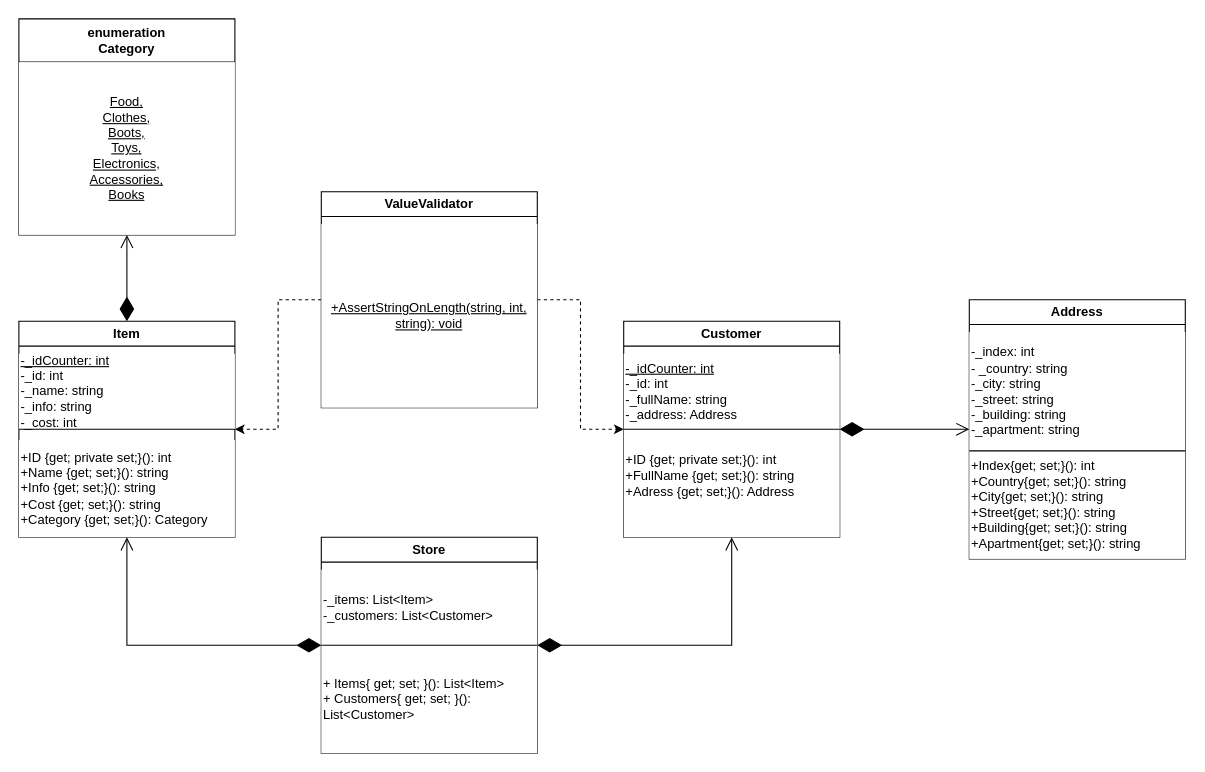
This is doc/ObjectOrientedPractics/Practics2.drawio from elektron228/Programming, a draw.io file, before an edit. Source tidied: cells renumbered, new cells numbered last; positions are measured from the earlier drawing's top-left corner, leaving out a move shared by most shapes. Both pictures are drawn from the tidied source at 108%, with x=0, y=0 at pixel (18, 18).
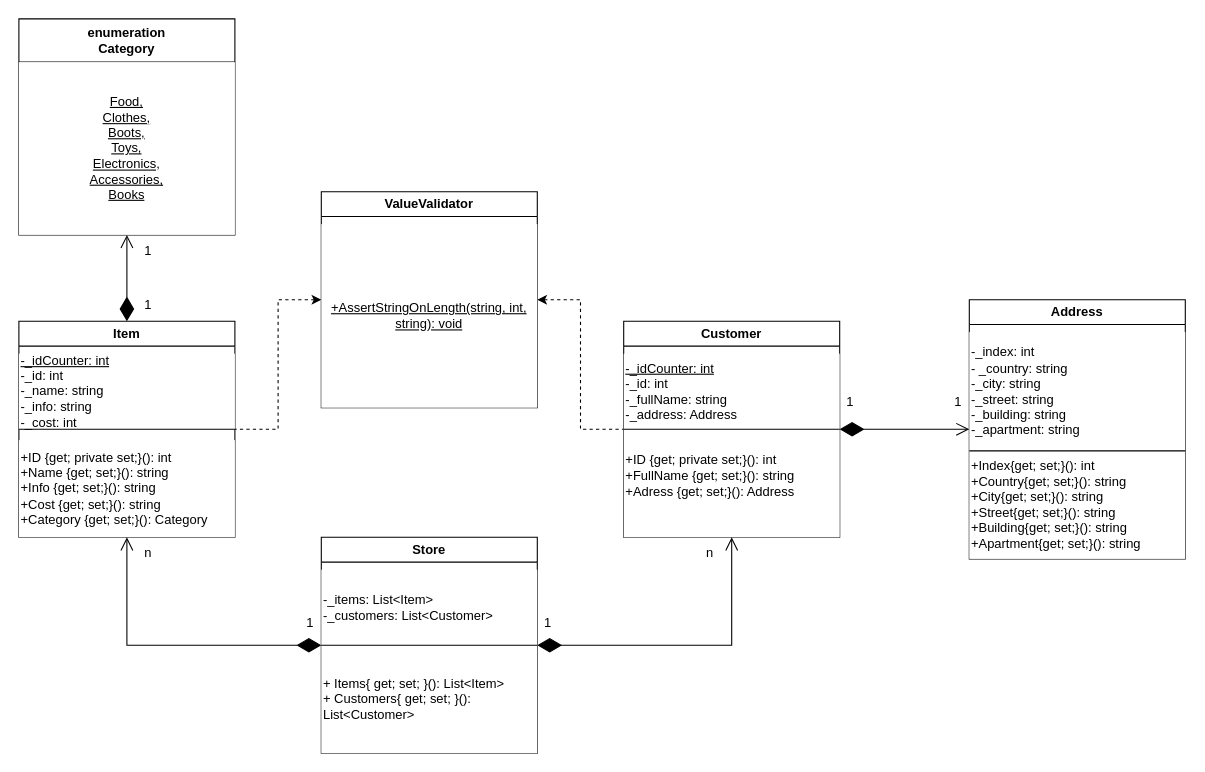
The same page after the edit.

The change refers to these unchanged cells:
```xml
<mxCell id="4" value="ValueValidator" style="swimlane;whiteSpace=wrap;html=1;" parent="1" vertex="1">
  <mxGeometry x="280" y="160" width="200" height="200" as="geometry" />
</mxCell>
<mxCell id="6" value="Item" style="swimlane;whiteSpace=wrap;html=1;" parent="1" vertex="1">
  <mxGeometry y="280" width="200" height="200" as="geometry" />
</mxCell>
<mxCell id="10" value="Customer" style="swimlane;whiteSpace=wrap;html=1;fillColor=default;" parent="1" vertex="1">
  <mxGeometry x="560" y="280" width="200" height="200" as="geometry" />
</mxCell>
<mxCell id="16" value="Store" style="swimlane;whiteSpace=wrap;html=1;" parent="1" vertex="1">
  <mxGeometry x="280" y="480" width="200" height="200" as="geometry" />
</mxCell>
```

What changed in the source:
```diff
@@
-    <mxCell id="2" style="edgeStyle=orthogonalEdgeStyle;rounded=0;jettySize=auto;html=1;entryX=0;entryY=0.5;entryDx=0;entryDy=0;dashed=1;" parent="1" edge="1" source="4" target="10">
+    <mxCell id="2" style="edgeStyle=orthogonalEdgeStyle;rounded=0;jettySize=auto;html=1;entryX=0;entryY=0.5;entryDx=0;entryDy=0;dashed=1;startArrow=classic;startFill=1;endArrow=none;endFill=0;" parent="1" edge="1" source="4" target="10">
       <mxGeometry relative="1" as="geometry" />
     </mxCell>
-    <mxCell id="3" style="edgeStyle=orthogonalEdgeStyle;rounded=0;jettySize=auto;html=1;entryX=1;entryY=0.5;entryDx=0;entryDy=0;dashed=1;" parent="1" edge="1" source="4" target="6">
+    <mxCell id="3" style="edgeStyle=orthogonalEdgeStyle;rounded=0;jettySize=auto;html=1;entryX=1;entryY=0.5;entryDx=0;entryDy=0;dashed=1;endArrow=none;endFill=0;startArrow=classic;startFill=1;" parent="1" edge="1" source="4" target="6">
       <mxGeometry relative="1" as="geometry" />
     </mxCell>
@@
+    <mxCell id="28" value="1" style="text;html=1;align=center;verticalAlign=middle;whiteSpace=wrap;rounded=0;" parent="16" vertex="1">
+      <mxGeometry x="-40" y="65" width="60" height="30" as="geometry" />
+    </mxCell>
@@
+    <mxCell id="29" value="1" style="text;html=1;align=center;verticalAlign=middle;whiteSpace=wrap;rounded=0;" parent="1" vertex="1">
+      <mxGeometry x="90" y="200" width="60" height="30" as="geometry" />
+    </mxCell>
+    <mxCell id="30" value="1" style="text;html=1;align=center;verticalAlign=middle;whiteSpace=wrap;rounded=0;" parent="1" vertex="1">
+      <mxGeometry x="90" y="250" width="60" height="30" as="geometry" />
+    </mxCell>
+    <mxCell id="31" value="1" style="text;html=1;align=center;verticalAlign=middle;whiteSpace=wrap;rounded=0;" parent="1" vertex="1">
+      <mxGeometry x="460" y="545" width="60" height="30" as="geometry" />
+    </mxCell>
+    <mxCell id="32" value="1" style="text;html=1;align=center;verticalAlign=middle;whiteSpace=wrap;rounded=0;" parent="1" vertex="1">
+      <mxGeometry x="740" y="340" width="60" height="30" as="geometry" />
+    </mxCell>
+    <mxCell id="33" value="1" style="text;html=1;align=center;verticalAlign=middle;whiteSpace=wrap;rounded=0;" parent="1" vertex="1">
+      <mxGeometry x="840" y="340" width="60" height="30" as="geometry" />
+    </mxCell>
+    <mxCell id="34" value="n" style="text;html=1;align=center;verticalAlign=middle;whiteSpace=wrap;rounded=0;" parent="1" vertex="1">
+      <mxGeometry x="90" y="480" width="60" height="30" as="geometry" />
+    </mxCell>
+    <mxCell id="35" value="n" style="text;html=1;align=center;verticalAlign=middle;whiteSpace=wrap;rounded=0;" parent="1" vertex="1">
+      <mxGeometry x="610" y="480" width="60" height="30" as="geometry" />
+    </mxCell>
```
